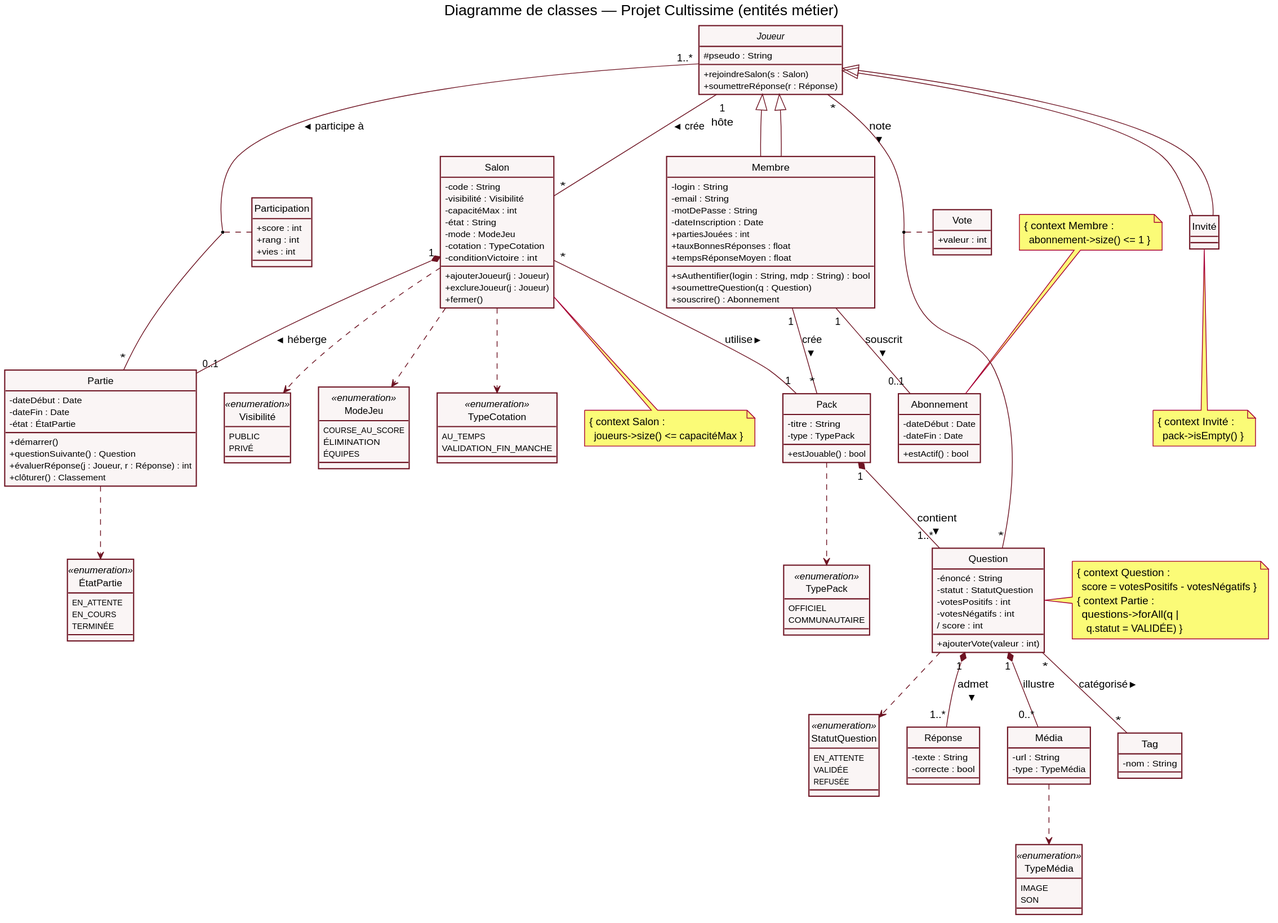
The PlantUML diagram classdiagramm.svg in AlphaXZero/Projet-Cultissime, before a commit.
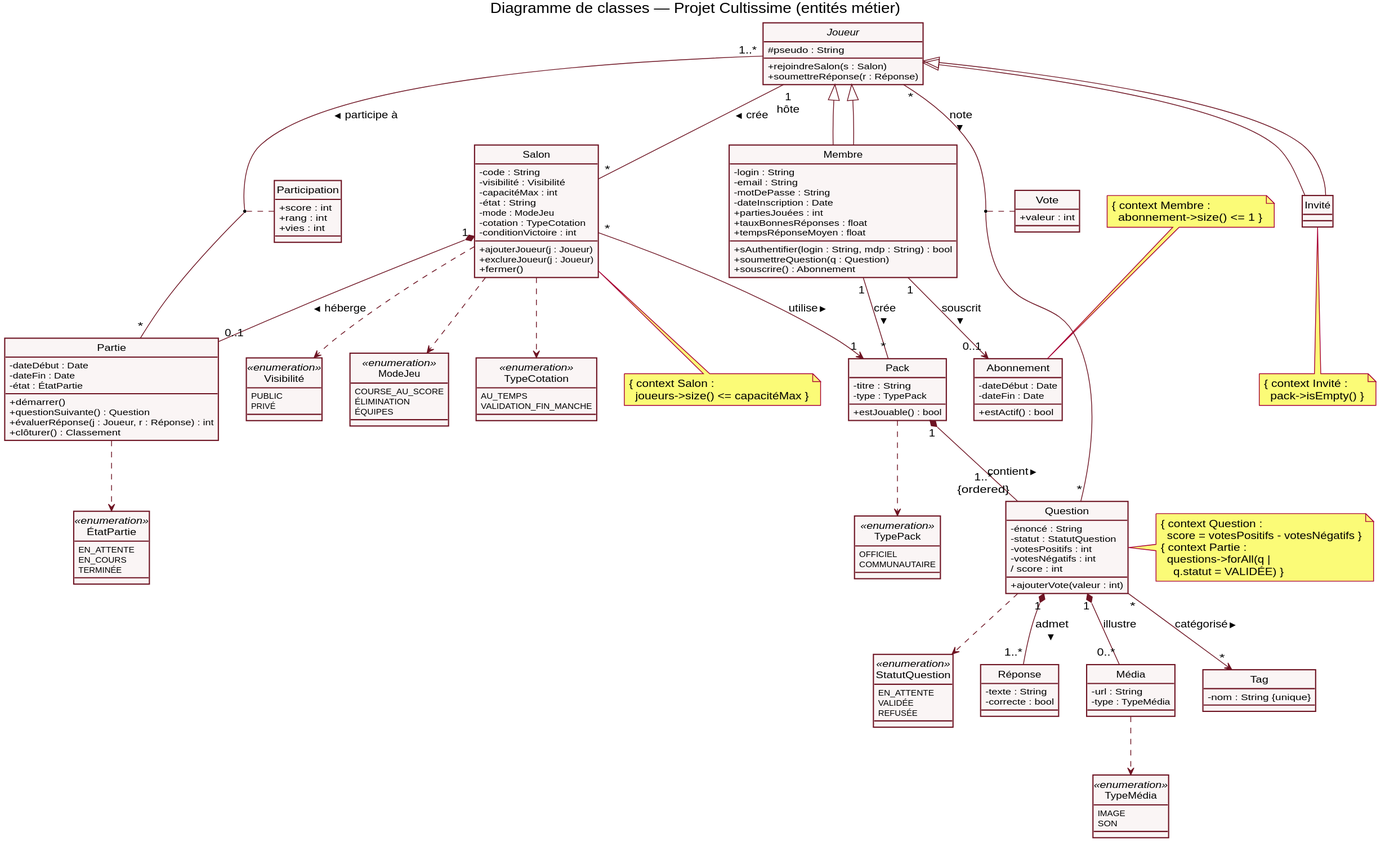
After the change.

The edit, as a diff of the source:
```diff
@@ -125,7 +125,7 @@
 }
 
 class Tag {
-  - nom : String
+  - nom : String {unique}
 }
 
 class Vote {
@@ -135,20 +135,20 @@
 Joueur <|-- Invité
 Joueur <|-- Membre
 
-Membre "1" -- "0..1" Abonnement : souscrit >
+Membre "1" --> "0..1" Abonnement : souscrit >
 Membre "1" -- "*" Pack : crée >
 
 Joueur "1\nhôte" -- "*" Salon : crée >
-Salon "*" -- "1" Pack : utilise >
+Salon "*" --> "1" Pack : utilise >
 Salon "1" *-- "0..1" Partie : héberge >
 
 Joueur "1..*" -- "*" Partie : participe à >
 (Joueur, Partie) .. Participation
 
-Pack "1" *-- "1..*" Question : contient >
+Pack "1" *-- "1..*\n{ordered}" Question : contient >
 Question "1" *-- "1..*" Réponse : admet >
 Question "1" *-- "0..*" Média : illustre
-Question "*" -- "*" Tag : catégorisé >
+Question "*" --> "*" Tag : catégorisé >
 
 Joueur "*" -- "*" Question : note >
 (Joueur, Question) .. Vote
```
